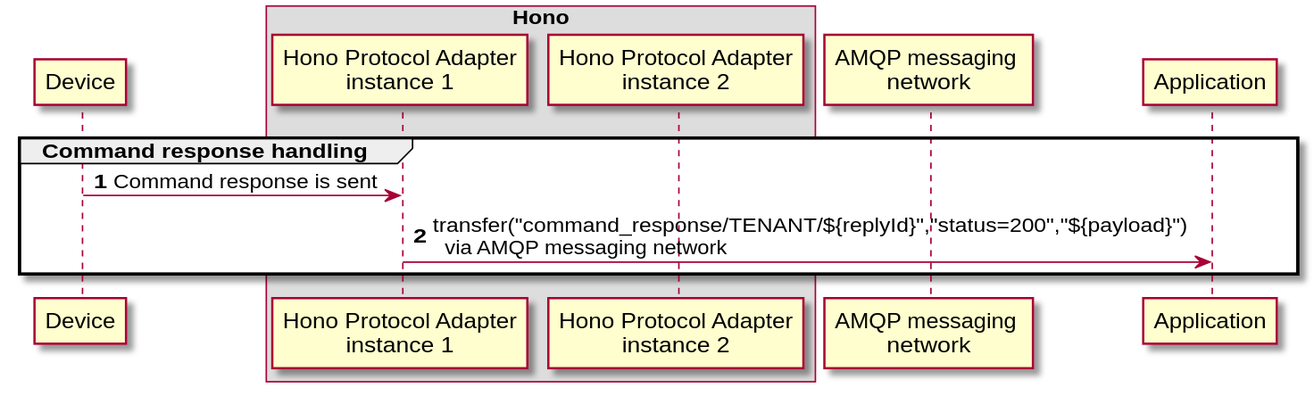
eclipse-hono/hono keeps this PlantUML diagram as site/documentation/content/concepts/command_control_concept_delegate_3.svg. Above is the earlier version. The source it was exported from:
```plantuml
@startuml
scale 1.2

participant Device order 10
box "Hono"
    participant "Hono Protocol Adapter\ninstance 1" order 30
    participant "Hono Protocol Adapter\ninstance 2" order 40
end box
participant "AMQP messaging \nnetwork" order 60
participant Application order 70

autonumber

group Command response handling

    Device -> "Hono Protocol Adapter\ninstance 1": Command response is sent
    "Hono Protocol Adapter\ninstance 1" -> Application: transfer("command_response/TENANT/${replyId}","status=200","${payload}")\n  via AMQP messaging network
    deactivate "Hono Protocol Adapter\ninstance 1"
    deactivate Application
end
@enduml
```
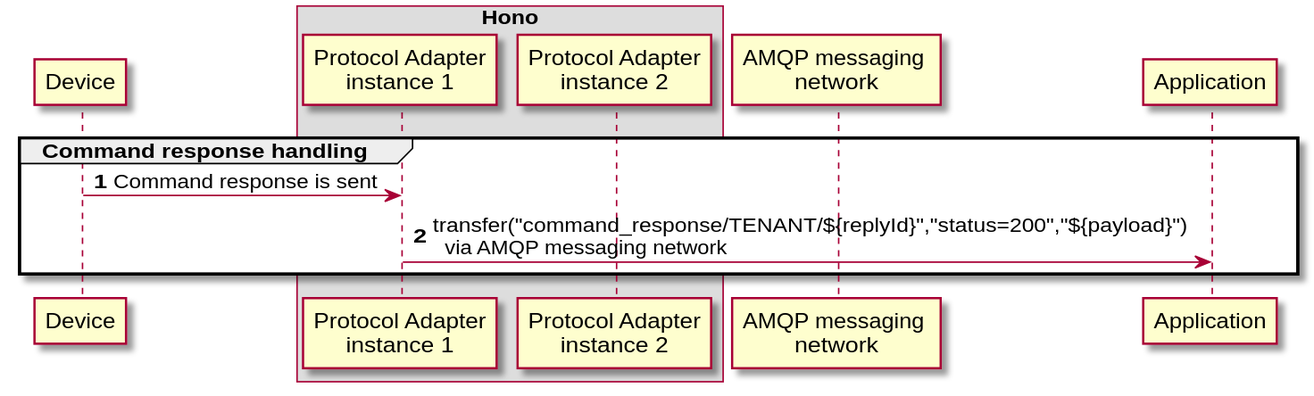
After the change.

Change to the diagram source:
```diff
@@ -3,8 +3,8 @@
 
 participant Device order 10
 box "Hono"
-    participant "Hono Protocol Adapter\ninstance 1" order 30
-    participant "Hono Protocol Adapter\ninstance 2" order 40
+    participant "Protocol Adapter\ninstance 1" order 30
+    participant "Protocol Adapter\ninstance 2" order 40
 end box
 participant "AMQP messaging \nnetwork" order 60
 participant Application order 70
@@ -13,9 +13,9 @@
 
 group Command response handling
 
-    Device -> "Hono Protocol Adapter\ninstance 1": Command response is sent
-    "Hono Protocol Adapter\ninstance 1" -> Application: transfer("command_response/TENANT/${replyId}","status=200","${payload}")\n  via AMQP messaging network
-    deactivate "Hono Protocol Adapter\ninstance 1"
+    Device -> "Protocol Adapter\ninstance 1": Command response is sent
+    "Protocol Adapter\ninstance 1" -> Application: transfer("command_response/TENANT/${replyId}","status=200","${payload}")\n  via AMQP messaging network
+    deactivate "Protocol Adapter\ninstance 1"
     deactivate Application
 end
 @enduml
```
